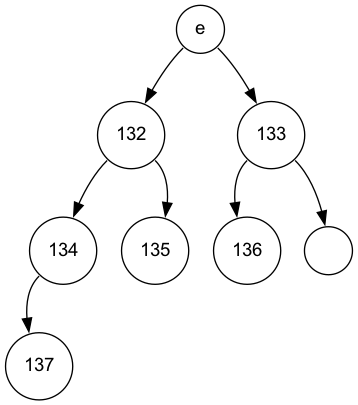
The Graphviz diagram fichiers_viz/minimier_etape_10.png in Procuste34/codage_huffman_c, before a commit. Its source is kept beside it as fichiers_viz/minimier_etape_10.dot. Its diagram source:
```dot
digraph POT_test {
node [fontname="Arial", shape="circle", width=0.5];
101 [label = "e"]
101:sw -> 132
101:se -> 133
132 [label = "132"]
132:sw -> 134
132:se -> 135
134 [label = "134"]
134:sw -> 137
137 [label = "137"]
135 [label = "135"]
133 [label = "133"]
133:sw -> 136
133:se -> 32
136 [label = "136"]
32 [label = " "]
}
```
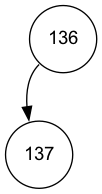
Later version of the same file.

The edit, as a diff of the source:
```diff
@@ -1,18 +1,6 @@
 digraph POT_test {
 node [fontname="Arial", shape="circle", width=0.5];
-101 [label = "e"]
-101:sw -> 132
-101:se -> 133
-132 [label = "132"]
-132:sw -> 134
-132:se -> 135
-134 [label = "134"]
-134:sw -> 137
+136 [label = "136"]
+136:sw -> 137
 137 [label = "137"]
-135 [label = "135"]
-133 [label = "133"]
-133:sw -> 136
-133:se -> 32
-136 [label = "136"]
-32 [label = " "]
 }
```
